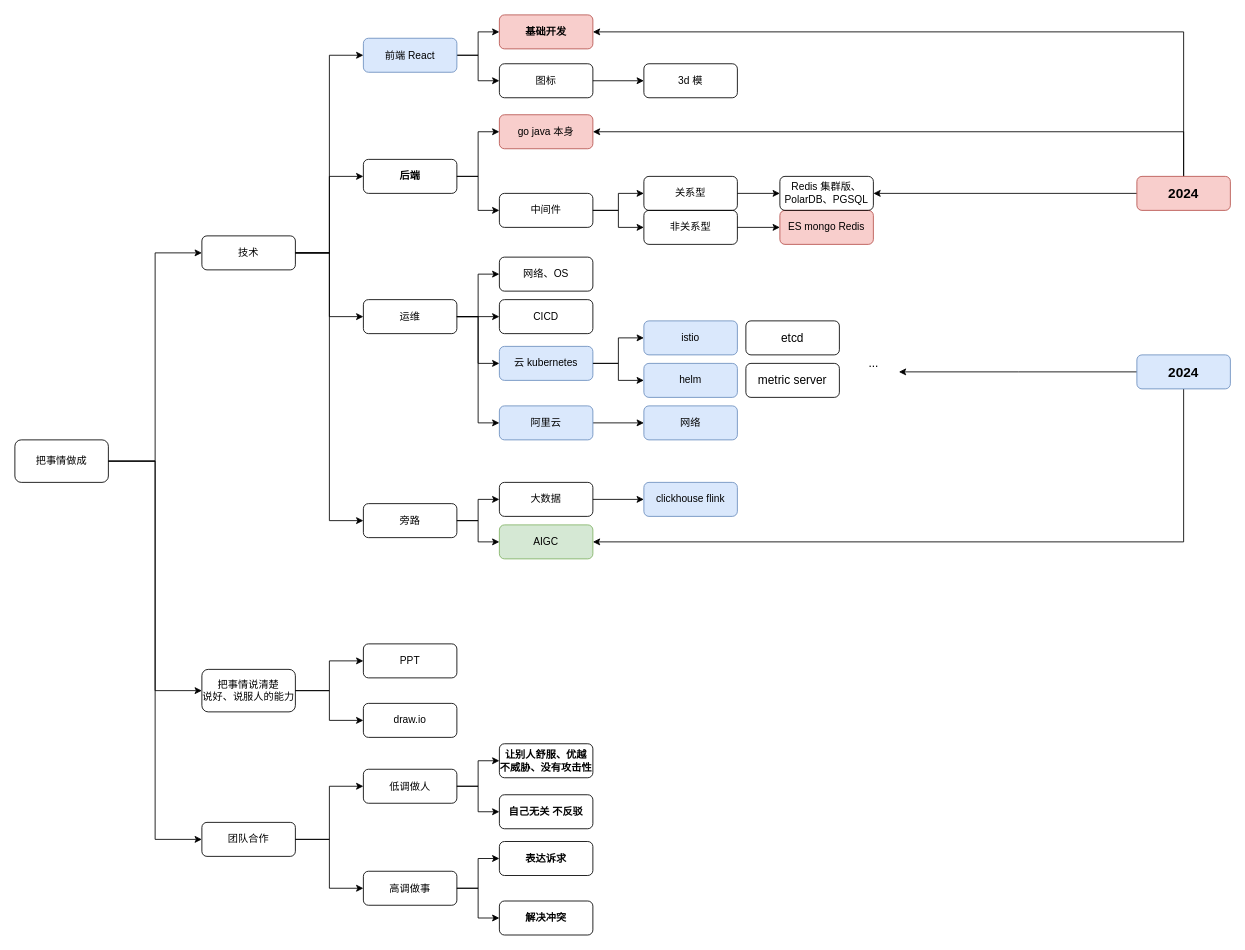
Above: page "能力图谱" (3 of 6) of personalNote.drawio in Allen9797/WorkZone (draw.io), before the change. Source tidied: cells renumbered, new cells numbered last; positions are measured from the earlier drawing's top-left corner, leaving out a move shared by most shapes. Both pictures are drawn from the tidied source at 85%, with x=0, y=0 at pixel (14, 14).
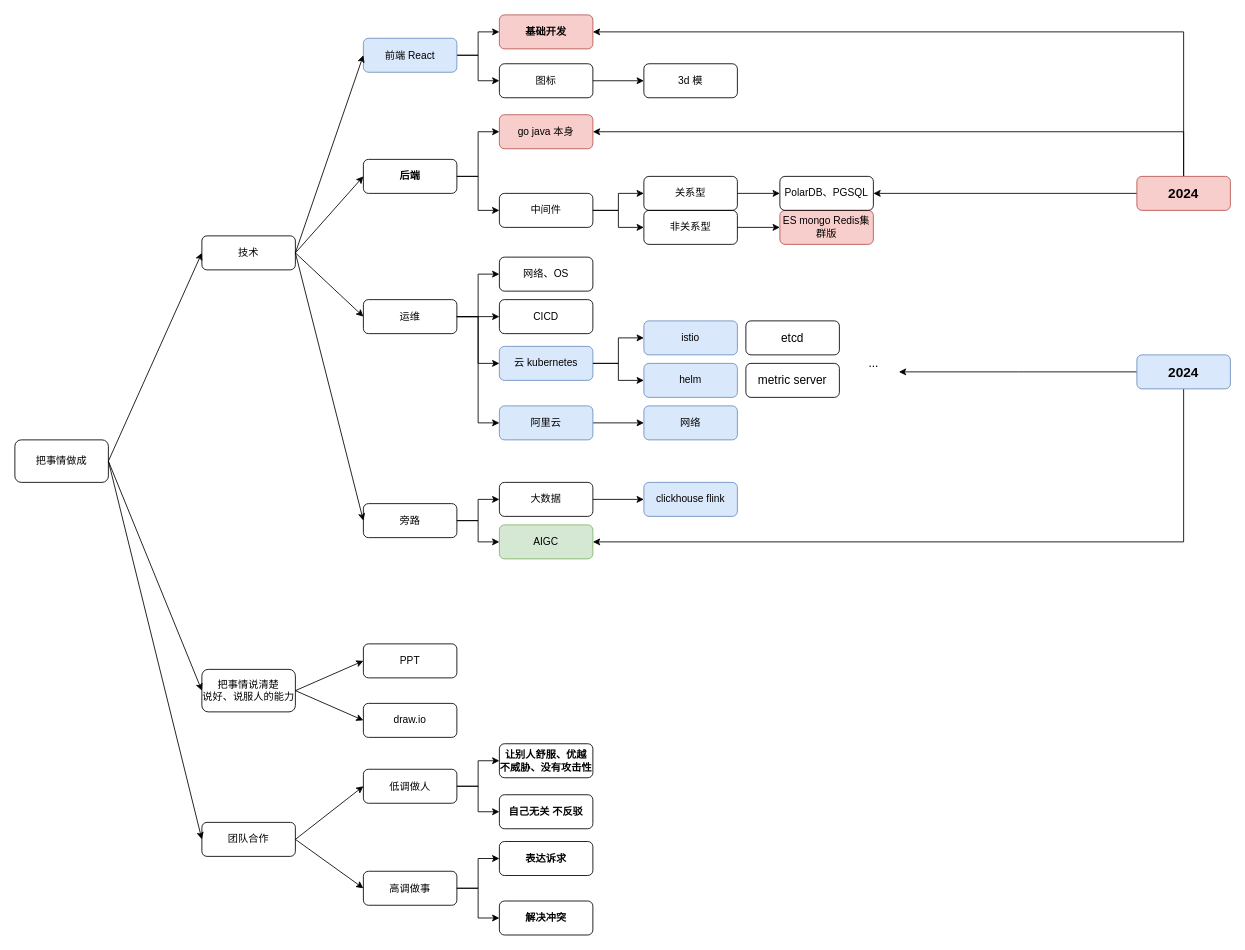
The same diagram, later.

The change refers to these unchanged cells:
```xml
<mxCell id="3" value="PPT" style="rounded=1;whiteSpace=wrap;html=1;fillColor=none;" parent="1" vertex="1">
  <mxGeometry x="410" y="740" width="110" height="40" as="geometry" />
</mxCell>
<mxCell id="4" value="draw.io" style="rounded=1;whiteSpace=wrap;html=1;fillColor=none;" parent="1" vertex="1">
  <mxGeometry x="410" y="810" width="110" height="40" as="geometry" />
</mxCell>
<mxCell id="10" value="前端 React" style="rounded=1;whiteSpace=wrap;html=1;fillColor=#dae8fc;strokeColor=#6c8ebf;" parent="1" vertex="1">
  <mxGeometry x="410" y="27.5" width="110" height="40" as="geometry" />
</mxCell>
<mxCell id="15" value="后端" style="rounded=1;whiteSpace=wrap;html=1;fillColor=none;fontStyle=1;" parent="1" vertex="1">
  <mxGeometry x="410" y="170" width="110" height="40" as="geometry" />
</mxCell>
<mxCell id="26" value="把事情说清楚&lt;br&gt;说好、说服人的能力" style="rounded=1;whiteSpace=wrap;html=1;fillColor=none;" parent="1" vertex="1">
  <mxGeometry x="220" y="770" width="110" height="50" as="geometry" />
</mxCell>
<mxCell id="30" value="把事情做成" style="rounded=1;whiteSpace=wrap;html=1;fillColor=none;" parent="1" vertex="1">
  <mxGeometry y="500" width="110" height="50" as="geometry" />
</mxCell>
<mxCell id="36" value="技术" style="rounded=1;whiteSpace=wrap;html=1;fillColor=none;" parent="1" vertex="1">
  <mxGeometry x="220" y="260" width="110" height="40" as="geometry" />
</mxCell>
<mxCell id="52" value="团队合作" style="rounded=1;whiteSpace=wrap;html=1;fillColor=none;" parent="1" vertex="1">
  <mxGeometry x="220" y="950" width="110" height="40" as="geometry" />
</mxCell>
<mxCell id="55" value="低调做人" style="rounded=1;whiteSpace=wrap;html=1;fillColor=none;" parent="1" vertex="1">
  <mxGeometry x="410" y="887.5" width="110" height="40" as="geometry" />
</mxCell>
<mxCell id="60" value="高调做事" style="rounded=1;whiteSpace=wrap;html=1;fillColor=none;" parent="1" vertex="1">
  <mxGeometry x="410" y="1007.5" width="110" height="40" as="geometry" />
</mxCell>
<mxCell id="67" value="旁路" style="rounded=1;whiteSpace=wrap;html=1;fillColor=none;" parent="1" vertex="1">
  <mxGeometry x="410" y="575" width="110" height="40" as="geometry" />
</mxCell>
<mxCell id="71" value="运维" style="rounded=1;whiteSpace=wrap;html=1;fillColor=none;" parent="1" vertex="1">
  <mxGeometry x="410" y="335" width="110" height="40" as="geometry" />
</mxCell>
```

Change to the diagram source:
```diff
@@
-    <mxCell id="24" style="edgeStyle=orthogonalEdgeStyle;rounded=0;jettySize=auto;html=1;exitX=1;exitY=0.5;exitDx=0;exitDy=0;entryX=0;entryY=0.5;entryDx=0;entryDy=0;" parent="1" edge="1" source="26" target="3">
+    <mxCell id="24" style="rounded=0;jettySize=auto;html=1;exitX=1;exitY=0.5;exitDx=0;exitDy=0;entryX=0;entryY=0.5;entryDx=0;entryDy=0;" parent="1" edge="1" source="26" target="3">
       <mxGeometry relative="1" as="geometry" />
     </mxCell>
-    <mxCell id="25" style="edgeStyle=orthogonalEdgeStyle;rounded=0;jettySize=auto;html=1;exitX=1;exitY=0.5;exitDx=0;exitDy=0;entryX=0;entryY=0.5;entryDx=0;entryDy=0;" parent="1" edge="1" source="26" target="4">
+    <mxCell id="25" style="rounded=0;jettySize=auto;html=1;exitX=1;exitY=0.5;exitDx=0;exitDy=0;entryX=0;entryY=0.5;entryDx=0;entryDy=0;" parent="1" edge="1" source="26" target="4">
       <mxGeometry relative="1" as="geometry" />
     </mxCell>
@@
-    <mxCell id="27" style="edgeStyle=orthogonalEdgeStyle;rounded=0;jettySize=auto;html=1;exitX=1;exitY=0.5;exitDx=0;exitDy=0;entryX=0;entryY=0.5;entryDx=0;entryDy=0;" parent="1" edge="1" source="30" target="36">
+    <mxCell id="27" style="rounded=0;jettySize=auto;html=1;exitX=1;exitY=0.5;exitDx=0;exitDy=0;entryX=0;entryY=0.5;entryDx=0;entryDy=0;" parent="1" edge="1" source="30" target="36">
       <mxGeometry relative="1" as="geometry" />
     </mxCell>
-    <mxCell id="28" style="edgeStyle=orthogonalEdgeStyle;rounded=0;jettySize=auto;html=1;exitX=1;exitY=0.5;exitDx=0;exitDy=0;entryX=0;entryY=0.5;entryDx=0;entryDy=0;" parent="1" edge="1" source="30" target="52">
+    <mxCell id="28" style="rounded=0;jettySize=auto;html=1;exitX=1;exitY=0.5;exitDx=0;exitDy=0;entryX=0;entryY=0.5;entryDx=0;entryDy=0;" parent="1" edge="1" source="30" target="52">
       <mxGeometry relative="1" as="geometry" />
     </mxCell>
-    <mxCell id="29" style="edgeStyle=orthogonalEdgeStyle;rounded=0;jettySize=auto;html=1;exitX=1;exitY=0.5;exitDx=0;exitDy=0;entryX=0;entryY=0.5;entryDx=0;entryDy=0;" parent="1" edge="1" source="30" target="26">
+    <mxCell id="29" style="rounded=0;jettySize=auto;html=1;exitX=1;exitY=0.5;exitDx=0;exitDy=0;entryX=0;entryY=0.5;entryDx=0;entryDy=0;" parent="1" edge="1" source="30" target="26">
       <mxGeometry relative="1" as="geometry" />
     </mxCell>
@@
-    <mxCell id="31" style="edgeStyle=orthogonalEdgeStyle;rounded=0;jettySize=auto;html=1;exitX=1;exitY=0.5;exitDx=0;exitDy=0;entryX=0;entryY=0.5;entryDx=0;entryDy=0;" parent="1" edge="1" source="36" target="15">
+    <mxCell id="31" style="rounded=0;jettySize=auto;html=1;exitX=1;exitY=0.5;exitDx=0;exitDy=0;entryX=0;entryY=0.5;entryDx=0;entryDy=0;" parent="1" edge="1" source="36" target="15">
       <mxGeometry relative="1" as="geometry" />
     </mxCell>
-    <mxCell id="32" style="edgeStyle=orthogonalEdgeStyle;rounded=0;jettySize=auto;html=1;exitX=1;exitY=0.5;exitDx=0;exitDy=0;entryX=0;entryY=0.5;entryDx=0;entryDy=0;" parent="1" edge="1" source="36" target="10">
+    <mxCell id="32" style="rounded=0;jettySize=auto;html=1;exitX=1;exitY=0.5;exitDx=0;exitDy=0;entryX=0;entryY=0.5;entryDx=0;entryDy=0;" parent="1" edge="1" source="36" target="10">
       <mxGeometry relative="1" as="geometry" />
     </mxCell>
@@
-    <mxCell id="34" style="edgeStyle=orthogonalEdgeStyle;rounded=0;jettySize=auto;html=1;exitX=1;exitY=0.5;exitDx=0;exitDy=0;entryX=0;entryY=0.5;entryDx=0;entryDy=0;" parent="1" edge="1" source="36" target="71">
+    <mxCell id="34" style="rounded=0;jettySize=auto;html=1;exitX=1;exitY=0.5;exitDx=0;exitDy=0;entryX=0;entryY=0.5;entryDx=0;entryDy=0;" parent="1" edge="1" source="36" target="71">
       <mxGeometry relative="1" as="geometry" />
     </mxCell>
-    <mxCell id="35" style="edgeStyle=orthogonalEdgeStyle;rounded=0;jettySize=auto;html=1;exitX=1;exitY=0.5;exitDx=0;exitDy=0;entryX=0;entryY=0.5;entryDx=0;entryDy=0;" parent="1" edge="1" source="36" target="67">
+    <mxCell id="35" style="rounded=0;jettySize=auto;html=1;exitX=1;exitY=0.5;exitDx=0;exitDy=0;entryX=0;entryY=0.5;entryDx=0;entryDy=0;" parent="1" edge="1" source="36" target="67">
       <mxGeometry relative="1" as="geometry" />
     </mxCell>
@@
-    <mxCell id="47" value="ES mongo Redis" style="rounded=1;whiteSpace=wrap;html=1;fillColor=#f8cecc;strokeColor=#b85450;" parent="1" vertex="1">
+    <mxCell id="47" value="ES mongo Redis集群版" style="rounded=1;whiteSpace=wrap;html=1;fillColor=#f8cecc;strokeColor=#b85450;" parent="1" vertex="1">
       <mxGeometry x="900" y="230" width="110" height="40" as="geometry" />
     </mxCell>
-    <mxCell id="48" value="Redis 集群版、PolarDB、PGSQL" style="rounded=1;whiteSpace=wrap;html=1;fillColor=none;" parent="1" vertex="1">
+    <mxCell id="48" value="PolarDB、PGSQL" style="rounded=1;whiteSpace=wrap;html=1;fillColor=none;" parent="1" vertex="1">
       <mxGeometry x="900" y="190" width="110" height="40" as="geometry" />
     </mxCell>
@@
-    <mxCell id="50" style="edgeStyle=orthogonalEdgeStyle;rounded=0;jettySize=auto;html=1;exitX=1;exitY=0.5;exitDx=0;exitDy=0;entryX=0;entryY=0.5;entryDx=0;entryDy=0;" parent="1" edge="1" source="52" target="55">
+    <mxCell id="50" style="rounded=0;jettySize=auto;html=1;exitX=1;exitY=0.5;exitDx=0;exitDy=0;entryX=0;entryY=0.5;entryDx=0;entryDy=0;" parent="1" edge="1" source="52" target="55">
       <mxGeometry relative="1" as="geometry" />
     </mxCell>
-    <mxCell id="51" style="edgeStyle=orthogonalEdgeStyle;rounded=0;jettySize=auto;html=1;exitX=1;exitY=0.5;exitDx=0;exitDy=0;entryX=0;entryY=0.5;entryDx=0;entryDy=0;" parent="1" edge="1" source="52" target="60">
+    <mxCell id="51" style="rounded=0;jettySize=auto;html=1;exitX=1;exitY=0.5;exitDx=0;exitDy=0;entryX=0;entryY=0.5;entryDx=0;entryDy=0;" parent="1" edge="1" source="52" target="60">
       <mxGeometry relative="1" as="geometry" />
     </mxCell>
```
